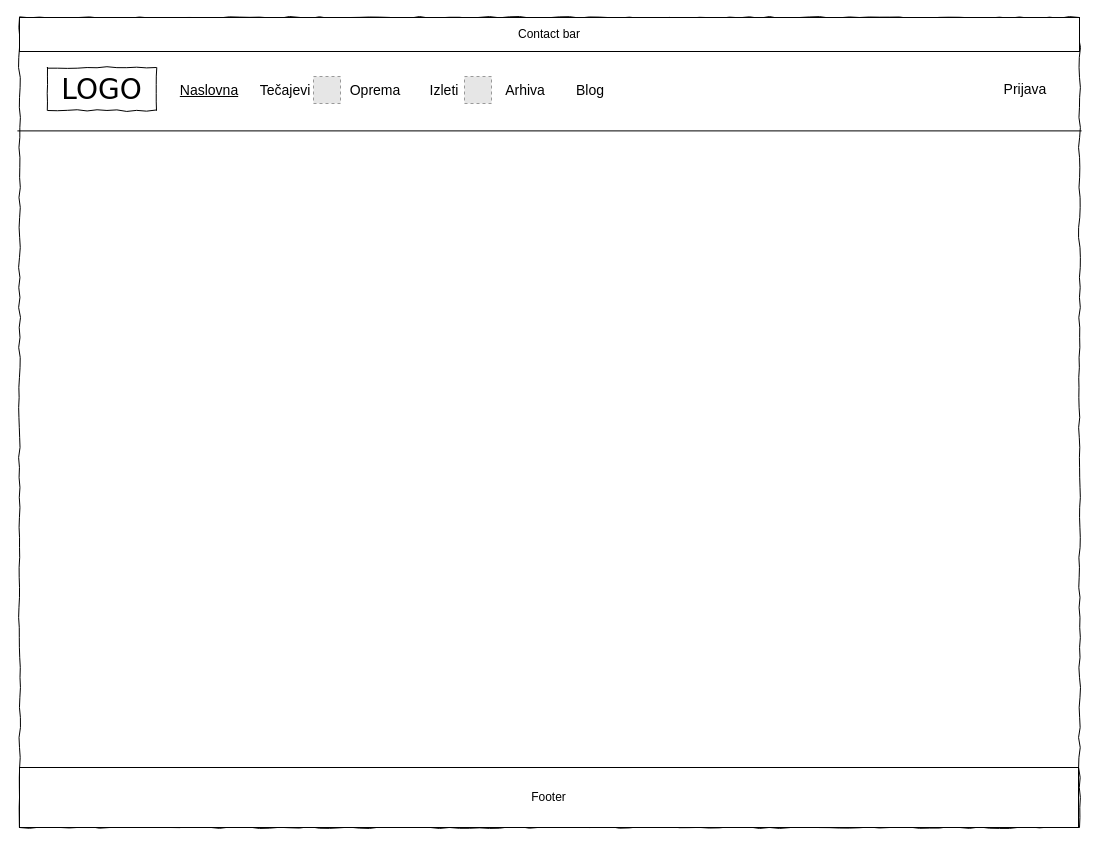
Before: page "Home Page" (1 of 15) of low-fidelity-HCI.drawio in JakovSp/HCI, a draw.io diagram. Source tidied: cells renumbered, new cells numbered last; positions are measured from the earlier drawing's top-left corner, leaving out a move shared by most shapes. Both pictures are drawn from the tidied source at 100%, with x=0, y=0 at pixel (17, 17). Pictures stored in the file or linked from it are replaced by grey dashed boxes.
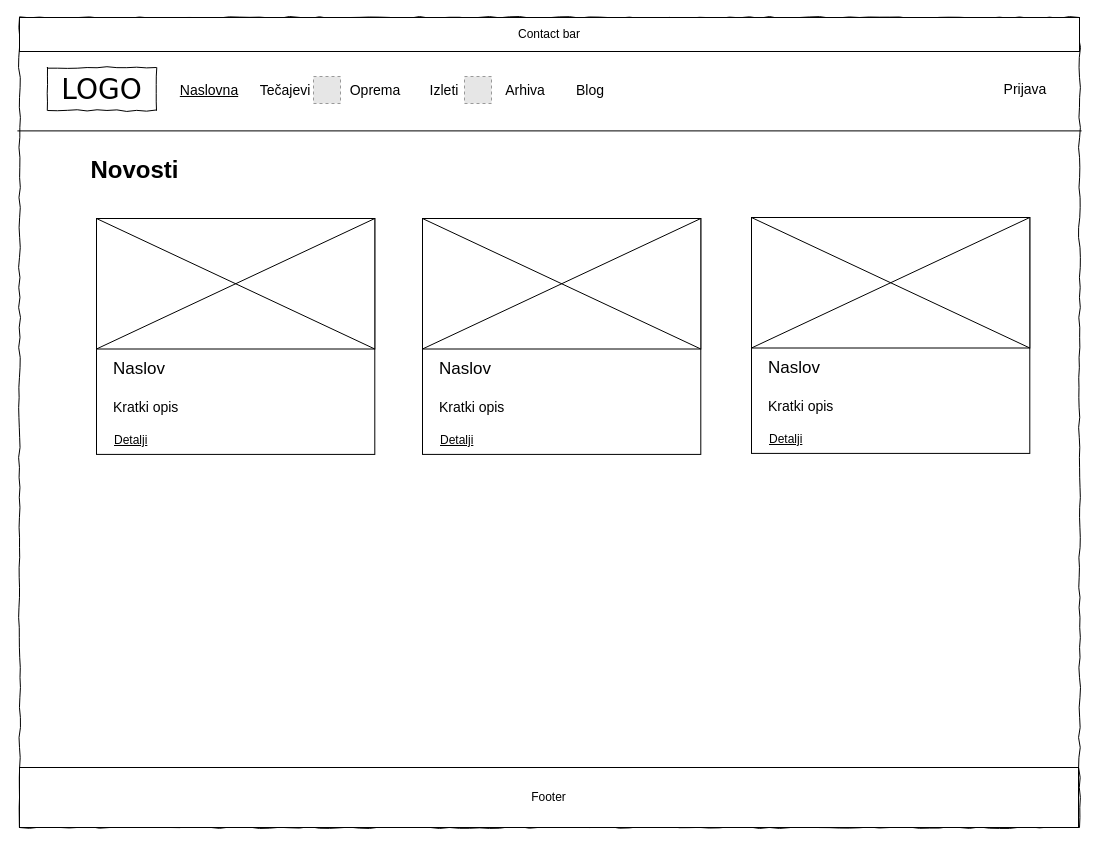
The same page after the edit.

Diff of the diagram source:
```diff
@@
+    <mxCell id="22" value="Novosti" style="text;strokeColor=none;fillColor=none;html=1;fontSize=24;fontStyle=1;verticalAlign=middle;align=center;" parent="1" vertex="1">
+      <mxGeometry x="75" y="138" width="83" height="29" as="geometry" />
+    </mxCell>
+    <mxCell id="23" style="group;align=left;" parent="1" vertex="1">
+      <mxGeometry x="79" y="201" width="279" height="237" as="geometry" />
+    </mxCell>
+    <mxCell id="24" style="rounded=0;whiteSpace=wrap;html=1;strokeColor=#000000;imageWidth=24;" parent="23" vertex="1">
+      <mxGeometry width="278.3" height="235.9" as="geometry" />
+    </mxCell>
+    <mxCell id="25" style="group;" parent="23" vertex="1">
+      <mxGeometry width="279" height="234.8" as="geometry" />
+    </mxCell>
+    <mxCell id="26" style="group;" parent="25" vertex="1">
+      <mxGeometry width="278.3" height="130.5" as="geometry" />
+    </mxCell>
+    <mxCell id="27" style="rounded=0;whiteSpace=wrap;html=1;strokeColor=#000000;" parent="26" vertex="1">
+      <mxGeometry width="278.3" height="130.5" as="geometry" />
+    </mxCell>
+    <mxCell id="28" style="endArrow=none;html=1;entryX=0;entryY=0;entryDx=0;entryDy=0;exitX=1;exitY=1;exitDx=0;exitDy=0;" parent="26" edge="1" source="27" target="27">
+      <mxGeometry relative="1" as="geometry" />
+    </mxCell>
+    <mxCell id="29" style="endArrow=none;html=1;entryX=1;entryY=0;entryDx=0;entryDy=0;exitX=0;exitY=1;exitDx=0;exitDy=0;" parent="26" edge="1" source="27" target="27">
+      <mxGeometry relative="1" as="geometry" />
+    </mxCell>
+    <mxCell id="30" value="&lt;font style=&quot;font-size: 17px&quot;&gt;Naslov&amp;nbsp;&lt;/font&gt;" style="text;html=1;strokeColor=none;fillColor=none;align=left;verticalAlign=middle;whiteSpace=wrap;rounded=0;spacingLeft=15;spacingTop=20;" parent="25" vertex="1">
+      <mxGeometry y="130.5" width="279" height="21.9" as="geometry" />
+    </mxCell>
+    <mxCell id="31" value="&lt;font style=&quot;font-size: 14px&quot;&gt;Kratki opis&amp;nbsp;&lt;/font&gt;" style="text;html=1;strokeColor=none;fillColor=none;align=left;verticalAlign=middle;whiteSpace=wrap;rounded=0;spacingLeft=15;" parent="25" vertex="1">
+      <mxGeometry y="166.8" width="278.3" height="45" as="geometry" />
+    </mxCell>
+    <mxCell id="32" value="&lt;u&gt;Detalji&lt;/u&gt;" style="text;html=1;strokeColor=none;fillColor=none;align=left;verticalAlign=middle;whiteSpace=wrap;rounded=0;spacingLeft=15;" parent="25" vertex="1">
+      <mxGeometry x="0.7" y="208.5" width="276.8" height="26.3" as="geometry" />
+    </mxCell>
+    <mxCell id="33" style="group;align=left;" parent="1" vertex="1">
+      <mxGeometry x="405" y="201" width="279" height="237" as="geometry" />
+    </mxCell>
+    <mxCell id="34" style="rounded=0;whiteSpace=wrap;html=1;strokeColor=#000000;imageWidth=24;" parent="33" vertex="1">
+      <mxGeometry width="278.3" height="235.9" as="geometry" />
+    </mxCell>
+    <mxCell id="35" style="group;" parent="33" vertex="1">
+      <mxGeometry width="279" height="234.8" as="geometry" />
+    </mxCell>
+    <mxCell id="36" style="group;" parent="35" vertex="1">
+      <mxGeometry width="278.3" height="130.5" as="geometry" />
+    </mxCell>
+    <mxCell id="37" style="rounded=0;whiteSpace=wrap;html=1;strokeColor=#000000;" parent="36" vertex="1">
+      <mxGeometry width="278.3" height="130.5" as="geometry" />
+    </mxCell>
+    <mxCell id="38" style="endArrow=none;html=1;entryX=0;entryY=0;entryDx=0;entryDy=0;exitX=1;exitY=1;exitDx=0;exitDy=0;" parent="36" edge="1" source="37" target="37">
+      <mxGeometry relative="1" as="geometry" />
+    </mxCell>
+    <mxCell id="39" style="endArrow=none;html=1;entryX=1;entryY=0;entryDx=0;entryDy=0;exitX=0;exitY=1;exitDx=0;exitDy=0;" parent="36" edge="1" source="37" target="37">
+      <mxGeometry relative="1" as="geometry" />
+    </mxCell>
+    <mxCell id="40" value="&lt;font style=&quot;font-size: 17px&quot;&gt;Naslov&amp;nbsp;&lt;/font&gt;" style="text;html=1;strokeColor=none;fillColor=none;align=left;verticalAlign=middle;whiteSpace=wrap;rounded=0;spacingLeft=15;spacingTop=20;" parent="35" vertex="1">
+      <mxGeometry y="130.5" width="279" height="21.9" as="geometry" />
+    </mxCell>
+    <mxCell id="41" value="&lt;font style=&quot;font-size: 14px&quot;&gt;Kratki opis&amp;nbsp;&lt;/font&gt;" style="text;html=1;strokeColor=none;fillColor=none;align=left;verticalAlign=middle;whiteSpace=wrap;rounded=0;spacingLeft=15;" parent="35" vertex="1">
+      <mxGeometry y="166.8" width="278.3" height="45" as="geometry" />
+    </mxCell>
+    <mxCell id="42" value="&lt;u&gt;Detalji&lt;/u&gt;" style="text;html=1;strokeColor=none;fillColor=none;align=left;verticalAlign=middle;whiteSpace=wrap;rounded=0;spacingLeft=15;" parent="35" vertex="1">
+      <mxGeometry x="0.7" y="208.5" width="276.8" height="26.3" as="geometry" />
+    </mxCell>
+    <mxCell id="43" style="group;align=left;" parent="1" vertex="1">
+      <mxGeometry x="734" y="200" width="279" height="237" as="geometry" />
+    </mxCell>
+    <mxCell id="44" style="rounded=0;whiteSpace=wrap;html=1;strokeColor=#000000;imageWidth=24;" parent="43" vertex="1">
+      <mxGeometry width="278.3" height="235.9" as="geometry" />
+    </mxCell>
+    <mxCell id="45" style="group;" parent="43" vertex="1">
+      <mxGeometry width="279" height="234.8" as="geometry" />
+    </mxCell>
+    <mxCell id="46" style="group;" parent="45" vertex="1">
+      <mxGeometry width="278.3" height="130.5" as="geometry" />
+    </mxCell>
+    <mxCell id="47" style="rounded=0;whiteSpace=wrap;html=1;strokeColor=#000000;" parent="46" vertex="1">
+      <mxGeometry width="278.3" height="130.5" as="geometry" />
+    </mxCell>
+    <mxCell id="48" style="endArrow=none;html=1;entryX=0;entryY=0;entryDx=0;entryDy=0;exitX=1;exitY=1;exitDx=0;exitDy=0;" parent="46" edge="1" source="47" target="47">
+      <mxGeometry relative="1" as="geometry" />
+    </mxCell>
+    <mxCell id="49" style="endArrow=none;html=1;entryX=1;entryY=0;entryDx=0;entryDy=0;exitX=0;exitY=1;exitDx=0;exitDy=0;" parent="46" edge="1" source="47" target="47">
+      <mxGeometry relative="1" as="geometry" />
+    </mxCell>
+    <mxCell id="50" value="&lt;font style=&quot;font-size: 17px&quot;&gt;Naslov&amp;nbsp;&lt;/font&gt;" style="text;html=1;strokeColor=none;fillColor=none;align=left;verticalAlign=middle;whiteSpace=wrap;rounded=0;spacingLeft=15;spacingTop=20;" parent="45" vertex="1">
+      <mxGeometry y="130.5" width="279" height="21.9" as="geometry" />
+    </mxCell>
+    <mxCell id="51" value="&lt;font style=&quot;font-size: 14px&quot;&gt;Kratki opis&lt;/font&gt;" style="text;html=1;strokeColor=none;fillColor=none;align=left;verticalAlign=middle;whiteSpace=wrap;rounded=0;spacingLeft=15;" parent="45" vertex="1">
+      <mxGeometry y="166.8" width="278.3" height="45" as="geometry" />
+    </mxCell>
+    <mxCell id="52" value="&lt;u&gt;Detalji&lt;/u&gt;" style="text;html=1;strokeColor=none;fillColor=none;align=left;verticalAlign=middle;whiteSpace=wrap;rounded=0;spacingLeft=15;" parent="45" vertex="1">
+      <mxGeometry x="0.7" y="208.5" width="276.8" height="26.3" as="geometry" />
+    </mxCell>
```
